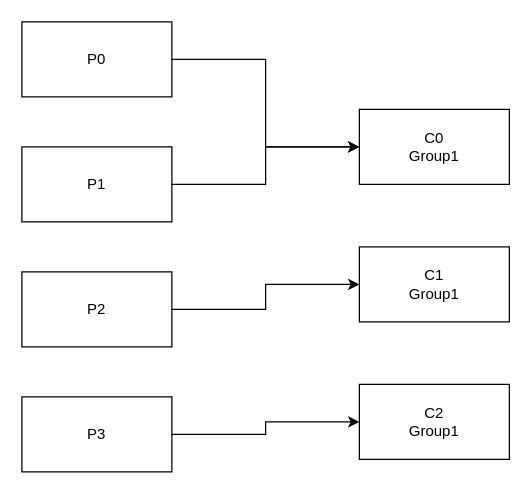
hlcgithub/draw keeps this draw.io diagram as 草稿.drawio. Above is the earlier version. Source tidied: cells renumbered, new cells numbered last; positions are measured from the earlier drawing's top-left corner, leaving out a move shared by most shapes. Both pictures are drawn from the tidied source at 125%, with x=0, y=0 at pixel (21, 21).
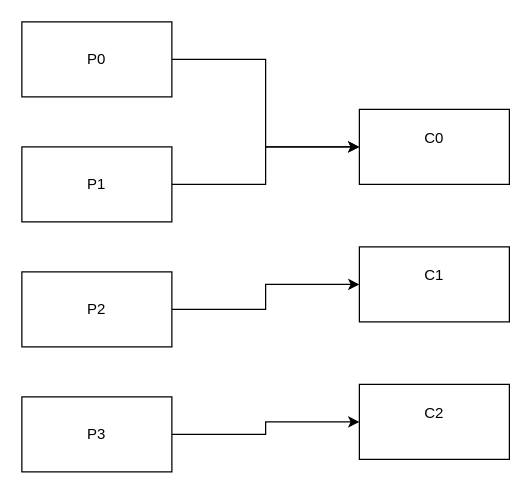
Above is the later version.

What changed in the source:
```diff
@@
 <mxGraphModel>
   <root>
     <mxCell id="0" />
     <mxCell id="1" parent="0" />
     <mxCell id="2" style="edgeStyle=orthogonalEdgeStyle;rounded=0;jettySize=auto;html=1;entryX=0;entryY=0.5;entryDx=0;entryDy=0;" parent="1" edge="1" source="3" target="10">
       <mxGeometry relative="1" as="geometry" />
     </mxCell>
     <mxCell id="3" value="P1" style="rounded=0;whiteSpace=wrap;html=1;" parent="1" vertex="1">
       <mxGeometry y="100" width="120" height="60" as="geometry" />
     </mxCell>
     <mxCell id="4" style="edgeStyle=orthogonalEdgeStyle;rounded=0;jettySize=auto;html=1;entryX=0;entryY=0.5;entryDx=0;entryDy=0;" parent="1" edge="1" source="5" target="11">
       <mxGeometry relative="1" as="geometry" />
     </mxCell>
     <mxCell id="5" value="P2" style="rounded=0;whiteSpace=wrap;html=1;" parent="1" vertex="1">
       <mxGeometry y="200" width="120" height="60" as="geometry" />
     </mxCell>
     <mxCell id="6" style="edgeStyle=orthogonalEdgeStyle;rounded=0;jettySize=auto;html=1;entryX=0;entryY=0.5;entryDx=0;entryDy=0;" parent="1" edge="1" source="7" target="10">
       <mxGeometry relative="1" as="geometry" />
     </mxCell>
     <mxCell id="7" value="P0" style="rounded=0;whiteSpace=wrap;html=1;" parent="1" vertex="1">
       <mxGeometry width="120" height="60" as="geometry" />
     </mxCell>
     <mxCell id="8" style="edgeStyle=orthogonalEdgeStyle;rounded=0;jettySize=auto;html=1;entryX=0;entryY=0.5;entryDx=0;entryDy=0;" parent="1" edge="1" source="9" target="12">
       <mxGeometry relative="1" as="geometry" />
     </mxCell>
     <mxCell id="9" value="P3" style="rounded=0;whiteSpace=wrap;html=1;" parent="1" vertex="1">
       <mxGeometry y="300" width="120" height="60" as="geometry" />
     </mxCell>
-    <mxCell id="10" value="C0&lt;div&gt;Group1&lt;/div&gt;" style="rounded=0;whiteSpace=wrap;html=1;" parent="1" vertex="1">
+    <mxCell id="10" value="C0&lt;div&gt;&lt;br&gt;&lt;/div&gt;" style="rounded=0;whiteSpace=wrap;html=1;" parent="1" vertex="1">
       <mxGeometry x="270" y="70" width="120" height="60" as="geometry" />
     </mxCell>
-    <mxCell id="11" value="C1&lt;div&gt;Group1&lt;/div&gt;" style="rounded=0;whiteSpace=wrap;html=1;" parent="1" vertex="1">
+    <mxCell id="11" value="C1&lt;div&gt;&lt;br&gt;&lt;/div&gt;" style="rounded=0;whiteSpace=wrap;html=1;" parent="1" vertex="1">
       <mxGeometry x="270" y="180" width="120" height="60" as="geometry" />
     </mxCell>
-    <mxCell id="12" value="C2&lt;div&gt;Group1&lt;/div&gt;" style="rounded=0;whiteSpace=wrap;html=1;" parent="1" vertex="1">
+    <mxCell id="12" value="C2&lt;div&gt;&lt;br&gt;&lt;/div&gt;" style="rounded=0;whiteSpace=wrap;html=1;" parent="1" vertex="1">
       <mxGeometry x="270" y="290" width="120" height="60" as="geometry" />
     </mxCell>
   </root>
 </mxGraphModel>
```
